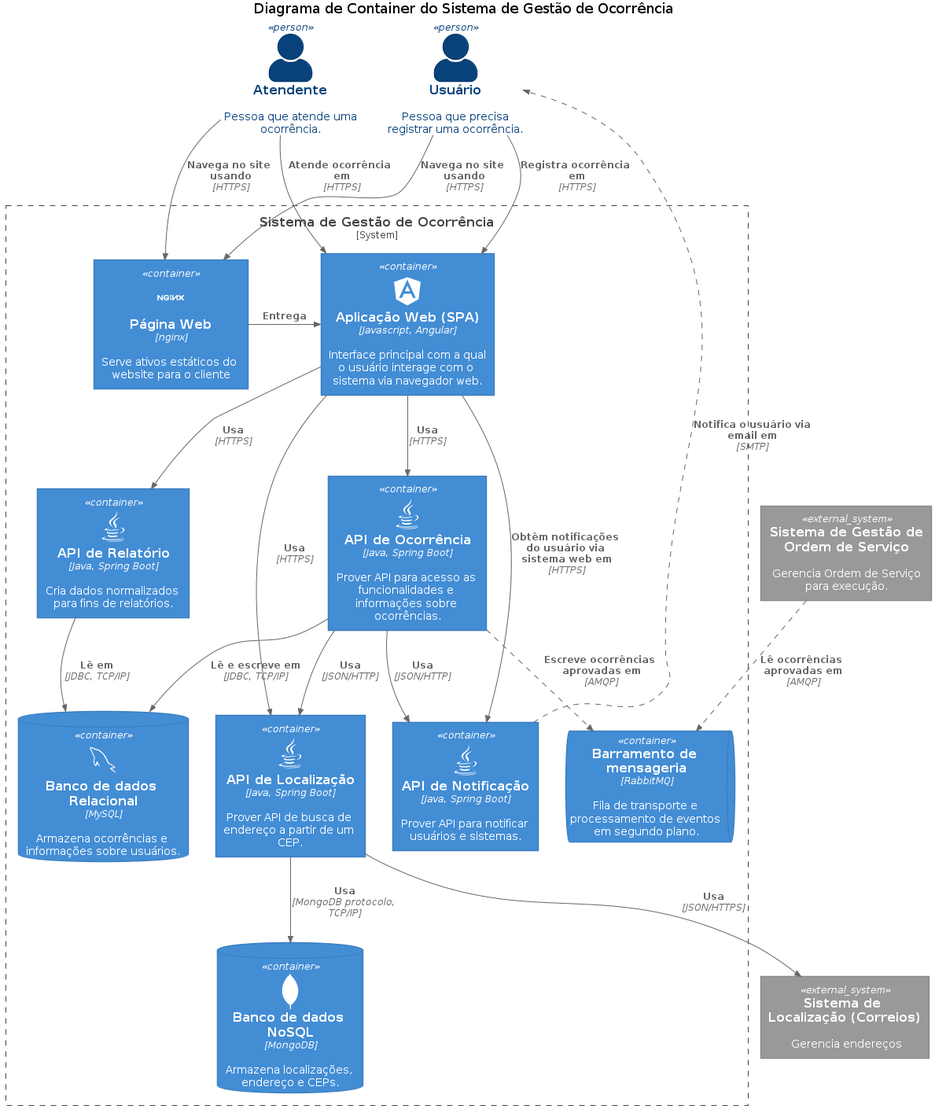
Before: docs/diagramas/SGO_C4_Container.png, a diagram exported from PlantUML (thiaguten/sistema-gestao-ocorrencia).
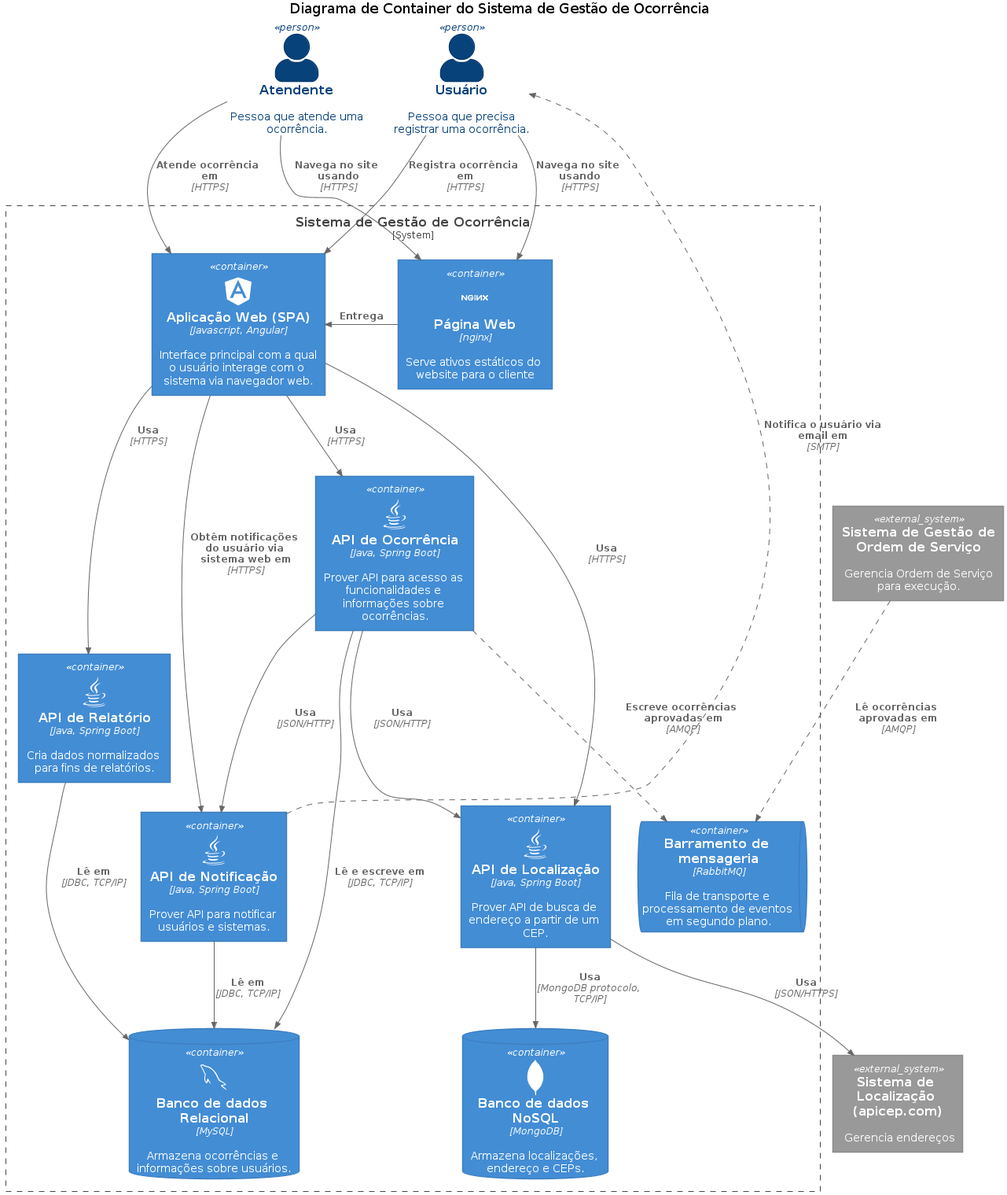
The same file after the commit.

Commit message:
Ajustando diagrama de container

Diff of the diagram source:
```diff
@@ -21,7 +21,7 @@
 Person(usuario, "Usuário", "Pessoa que precisa registrar uma ocorrência.")
 Person(atendente, "Atendente", "Pessoa que atende uma ocorrência.")
 System_Ext(sistema_os, "Sistema de Gestão de Ordem de Serviço", "Gerencia Ordem de Serviço para execução.")
-System_Ext(sistema_correios, "Sistema de Localização (Correios)", "Gerencia endereços")
+System_Ext(sistema_api_cep, "Sistema de Localização (apicep.com)", "Gerencia endereços")
 
 System_Boundary(sgo, "Sistema de Gestão de Ocorrência") {
     Container(nginx, "Página Web", "nginx",  "Serve ativos estáticos do website para o cliente", $sprite = "nginx")
@@ -43,6 +43,7 @@
     Rel(api_ocorrencia, api_notificacao, "Usa", "JSON/HTTP")
     Rel(api_ocorrencia, db_relacional, "Lê e escreve em", "JDBC, TCP/IP")
     Rel(api_relatorio, db_relacional, "Lê em", "JDBC, TCP/IP")
+    Rel(api_notificacao, db_relacional, "Lê em", "JDBC, TCP/IP")
     Rel(api_ocorrencia, queue, "Escreve ocorrências aprovadas em", "AMQP", $tags = "async")
 }
 Rel(usuario, nginx, "Navega no site usando", "HTTPS")
@@ -50,13 +51,11 @@
 Rel(usuario, spa, "Registra ocorrência em", "HTTPS")
 Rel(atendente, spa, "Atende ocorrência em", "HTTPS")
 Rel(sistema_os, queue, "Lê ocorrências aprovadas em", "AMQP", $tags = "async")
-Rel(api_localizacao, sistema_correios, "Usa", "JSON/HTTPS")
+Rel(api_localizacao, sistema_api_cep, "Usa", "JSON/HTTPS")
 Rel(api_notificacao, usuario, "Notifica o usuário via email em", "SMTP", $tags = "async")
 Rel(spa, api_notificacao, "Obtêm notificações do usuário via sistema web em", "HTTPS")
 
 Lay_L(usuario, atendente)
 Lay_R(usuario, atendente)
-Lay_L(api_notificacao, api_ocorrencia)
-Lay_R(api_notificacao, api_ocorrencia)
 
 @enduml
```
